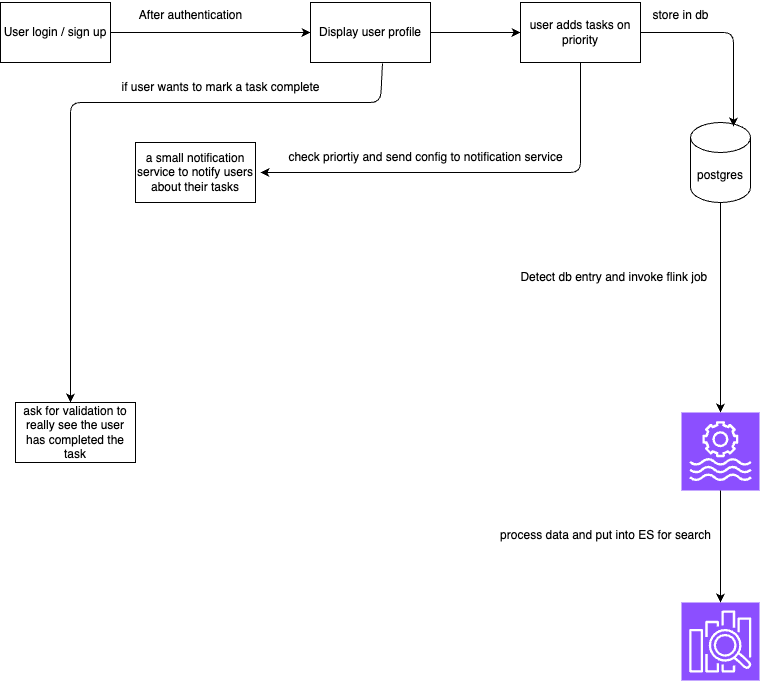
Earlier version of the draw.io export architecture.drawio.png (pragatigs/aggressive-todo). Source tidied: cells renumbered, new cells last; positions are measured from the earlier drawing's top-left corner, leaving out a move shared by most shapes. Source of this version:
```xml
<mxGraphModel>
  <root>
    <mxCell id="0" />
    <mxCell id="1" parent="0" />
    <mxCell id="2" style="edgeStyle=none;html=1;entryX=0;entryY=0.5;entryDx=0;entryDy=0;" parent="1" edge="1" source="3" target="6">
      <mxGeometry relative="1" as="geometry" />
    </mxCell>
    <mxCell id="3" value="User login / sign up" style="rounded=0;whiteSpace=wrap;html=1;" parent="1" vertex="1">
      <mxGeometry y="2" width="110" height="60" as="geometry" />
    </mxCell>
    <mxCell id="4" style="edgeStyle=none;html=1;entryX=0;entryY=0.5;entryDx=0;entryDy=0;" parent="1" edge="1" source="6" target="9">
      <mxGeometry relative="1" as="geometry" />
    </mxCell>
    <mxCell id="5" style="edgeStyle=none;html=1;exitX=0.6;exitY=1.017;exitDx=0;exitDy=0;exitPerimeter=0;" parent="1" edge="1" source="6">
      <mxGeometry relative="1" as="geometry">
        <mxPoint x="70" y="402" as="targetPoint" />
        <Array as="points">
          <mxPoint x="380" y="102" />
          <mxPoint x="70" y="102" />
        </Array>
      </mxGeometry>
    </mxCell>
    <mxCell id="6" value="Display user profile" style="rounded=0;whiteSpace=wrap;html=1;" parent="1" vertex="1">
      <mxGeometry x="310" y="2" width="120" height="60" as="geometry" />
    </mxCell>
    <mxCell id="7" value="After authentication" style="text;html=1;align=center;verticalAlign=middle;strokeColor=none;fillColor=none;" parent="1" vertex="1">
      <mxGeometry x="125" width="130" height="30" as="geometry" />
    </mxCell>
    <mxCell id="8" style="edgeStyle=none;html=1;" parent="1" edge="1" source="9">
      <mxGeometry relative="1" as="geometry">
        <mxPoint x="260" y="172" as="targetPoint" />
        <Array as="points">
          <mxPoint x="580" y="172" />
        </Array>
      </mxGeometry>
    </mxCell>
    <mxCell id="9" value="user adds tasks on priority" style="rounded=0;whiteSpace=wrap;html=1;" parent="1" vertex="1">
      <mxGeometry x="520" y="2" width="120" height="60" as="geometry" />
    </mxCell>
    <mxCell id="10" style="edgeStyle=none;html=1;" parent="1" edge="1" source="11">
      <mxGeometry relative="1" as="geometry">
        <mxPoint x="720" y="412" as="targetPoint" />
      </mxGeometry>
    </mxCell>
    <mxCell id="11" value="postgres" style="shape=cylinder3;whiteSpace=wrap;html=1;boundedLbl=1;backgroundOutline=1;size=15;" parent="1" vertex="1">
      <mxGeometry x="690" y="122" width="60" height="80" as="geometry" />
    </mxCell>
    <mxCell id="12" style="edgeStyle=none;html=1;entryX=0.717;entryY=0.05;entryDx=0;entryDy=0;entryPerimeter=0;" parent="1" edge="1" source="9" target="11">
      <mxGeometry relative="1" as="geometry">
        <Array as="points">
          <mxPoint x="733" y="32" />
        </Array>
      </mxGeometry>
    </mxCell>
    <mxCell id="13" value="store in db" style="text;html=1;align=center;verticalAlign=middle;strokeColor=none;fillColor=none;" parent="1" vertex="1">
      <mxGeometry x="640" width="80" height="30" as="geometry" />
    </mxCell>
    <mxCell id="14" value="Detect db entry and invoke flink job&amp;nbsp;" style="text;html=1;align=center;verticalAlign=middle;strokeColor=none;fillColor=none;" parent="1" vertex="1">
      <mxGeometry x="510" y="262" width="210" height="30" as="geometry" />
    </mxCell>
    <mxCell id="15" style="sketch=0;points=[[0,0,0],[0.25,0,0],[0.5,0,0],[0.75,0,0],[1,0,0],[0,1,0],[0.25,1,0],[0.5,1,0],[0.75,1,0],[1,1,0],[0,0.25,0],[0,0.5,0],[0,0.75,0],[1,0.25,0],[1,0.5,0],[1,0.75,0]];outlineConnect=0;fontColor=#232F3E;fillColor=light-dark(#8C4FFF,#FFFFFF);strokeColor=#ffffff;dashed=0;verticalLabelPosition=bottom;verticalAlign=top;align=center;html=1;fontSize=12;fontStyle=0;shape=mxgraph.aws4.resourceIcon;resIcon=mxgraph.aws4.managed_service_for_apache_flink;" parent="1" vertex="1">
      <mxGeometry x="681" y="412" width="78" height="78" as="geometry" />
    </mxCell>
    <mxCell id="16" style="sketch=0;points=[[0,0,0],[0.25,0,0],[0.5,0,0],[0.75,0,0],[1,0,0],[0,1,0],[0.25,1,0],[0.5,1,0],[0.75,1,0],[1,1,0],[0,0.25,0],[0,0.5,0],[0,0.75,0],[1,0.25,0],[1,0.5,0],[1,0.75,0]];outlineConnect=0;fontColor=#232F3E;fillColor=light-dark(#8C4FFF,#FFFFFF);strokeColor=#ffffff;dashed=0;verticalLabelPosition=bottom;verticalAlign=top;align=center;html=1;fontSize=12;fontStyle=0;shape=mxgraph.aws4.resourceIcon;resIcon=mxgraph.aws4.elasticsearch_service;" parent="1" vertex="1">
      <mxGeometry x="681" y="602" width="78" height="78" as="geometry" />
    </mxCell>
    <mxCell id="17" style="edgeStyle=none;html=1;entryX=0.5;entryY=0;entryDx=0;entryDy=0;entryPerimeter=0;" parent="1" edge="1" source="15" target="16">
      <mxGeometry relative="1" as="geometry" />
    </mxCell>
    <mxCell id="18" value="process data and put into ES for search" style="text;html=1;align=center;verticalAlign=middle;strokeColor=none;fillColor=none;" parent="1" vertex="1">
      <mxGeometry x="490" y="520" width="230" height="30" as="geometry" />
    </mxCell>
    <mxCell id="19" value="a small notification service to notify users about their tasks" style="rounded=0;whiteSpace=wrap;html=1;" parent="1" vertex="1">
      <mxGeometry x="135" y="142" width="120" height="60" as="geometry" />
    </mxCell>
    <mxCell id="20" value="check priortiy and send config to notification service" style="text;html=1;align=center;verticalAlign=middle;strokeColor=none;fillColor=none;" parent="1" vertex="1">
      <mxGeometry x="275" y="142" width="300" height="30" as="geometry" />
    </mxCell>
    <mxCell id="21" value="ask for validation to really see the user has completed the task" style="rounded=0;whiteSpace=wrap;html=1;" parent="1" vertex="1">
      <mxGeometry x="15" y="402" width="120" height="60" as="geometry" />
    </mxCell>
    <mxCell id="22" value="if user wants to mark a task complete" style="text;html=1;align=center;verticalAlign=middle;strokeColor=none;fillColor=none;" parent="1" vertex="1">
      <mxGeometry x="110" y="72" width="220" height="30" as="geometry" />
    </mxCell>
  </root>
</mxGraphModel>
```
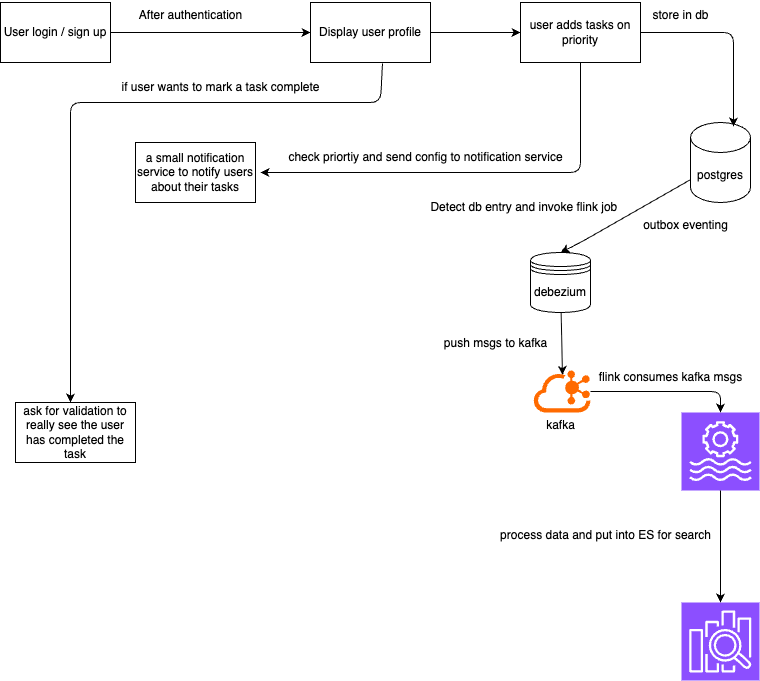
After the commit.

The edit, as a diff of the source:
```diff
@@ -37,11 +37,13 @@
     <mxCell id="9" value="user adds tasks on priority" style="rounded=0;whiteSpace=wrap;html=1;" parent="1" vertex="1">
       <mxGeometry x="520" y="2" width="120" height="60" as="geometry" />
     </mxCell>
-    <mxCell id="10" style="edgeStyle=none;html=1;" parent="1" edge="1" source="11">
-      <mxGeometry relative="1" as="geometry">
-        <mxPoint x="720" y="412" as="targetPoint" />
-      </mxGeometry>
-    </mxCell>
+    <mxCell id="23" style="edgeStyle=none;html=1;entryX=0.5;entryY=0;entryDx=0;entryDy=0;" parent="1" edge="1" source="11" target="24">
+      <mxGeometry relative="1" as="geometry">
+        <Array as="points">
+          <mxPoint x="580" y="242" />
+        </Array>
+      </mxGeometry>
+    </mxCell>
     <mxCell id="11" value="postgres" style="shape=cylinder3;whiteSpace=wrap;html=1;boundedLbl=1;backgroundOutline=1;size=15;" parent="1" vertex="1">
       <mxGeometry x="690" y="122" width="60" height="80" as="geometry" />
     </mxCell>
@@ -56,7 +58,7 @@
       <mxGeometry x="640" width="80" height="30" as="geometry" />
     </mxCell>
     <mxCell id="14" value="Detect db entry and invoke flink job&amp;nbsp;" style="text;html=1;align=center;verticalAlign=middle;strokeColor=none;fillColor=none;" parent="1" vertex="1">
-      <mxGeometry x="510" y="262" width="210" height="30" as="geometry" />
+      <mxGeometry x="420" y="192" width="210" height="30" as="geometry" />
     </mxCell>
     <mxCell id="15" style="sketch=0;points=[[0,0,0],[0.25,0,0],[0.5,0,0],[0.75,0,0],[1,0,0],[0,1,0],[0.25,1,0],[0.5,1,0],[0.75,1,0],[1,1,0],[0,0.25,0],[0,0.5,0],[0,0.75,0],[1,0.25,0],[1,0.5,0],[1,0.75,0]];outlineConnect=0;fontColor=#232F3E;fillColor=light-dark(#8C4FFF,#FFFFFF);strokeColor=#ffffff;dashed=0;verticalLabelPosition=bottom;verticalAlign=top;align=center;html=1;fontSize=12;fontStyle=0;shape=mxgraph.aws4.resourceIcon;resIcon=mxgraph.aws4.managed_service_for_apache_flink;" parent="1" vertex="1">
       <mxGeometry x="681" y="412" width="78" height="78" as="geometry" />
@@ -82,5 +84,33 @@
     <mxCell id="22" value="if user wants to mark a task complete" style="text;html=1;align=center;verticalAlign=middle;strokeColor=none;fillColor=none;" parent="1" vertex="1">
       <mxGeometry x="110" y="72" width="220" height="30" as="geometry" />
     </mxCell>
+    <mxCell id="24" value="debezium" style="shape=datastore;whiteSpace=wrap;html=1;" parent="1" vertex="1">
+      <mxGeometry x="530" y="252" width="60" height="60" as="geometry" />
+    </mxCell>
+    <mxCell id="25" value="outbox eventing&lt;div&gt;&lt;br&gt;&lt;/div&gt;" style="text;html=1;align=center;verticalAlign=middle;strokeColor=none;fillColor=none;" parent="1" vertex="1">
+      <mxGeometry x="630" y="212" width="110" height="40" as="geometry" />
+    </mxCell>
+    <mxCell id="26" style="points=[];html=1;align=center;shadow=0;dashed=0;fillColor=light-dark(#FF6A00,#FFFFFF);strokeColor=none;shape=mxgraph.alibaba_cloud.kafka;" parent="1" vertex="1">
+      <mxGeometry x="533.3" y="370" width="56.7" height="42" as="geometry" />
+    </mxCell>
+    <mxCell id="27" style="edgeStyle=none;html=1;entryX=0.506;entryY=0.107;entryDx=0;entryDy=0;entryPerimeter=0;" parent="1" edge="1" source="24" target="26">
+      <mxGeometry relative="1" as="geometry" />
+    </mxCell>
+    <mxCell id="28" value="push msgs to kafka&lt;div&gt;&lt;br&gt;&lt;/div&gt;" style="text;html=1;align=center;verticalAlign=middle;strokeColor=none;fillColor=none;" parent="1" vertex="1">
+      <mxGeometry x="430" y="330" width="130" height="40" as="geometry" />
+    </mxCell>
+    <mxCell id="29" style="edgeStyle=none;html=1;entryX=0.5;entryY=0;entryDx=0;entryDy=0;entryPerimeter=0;" parent="1" edge="1" source="26" target="15">
+      <mxGeometry relative="1" as="geometry">
+        <Array as="points">
+          <mxPoint x="720" y="391" />
+        </Array>
+      </mxGeometry>
+    </mxCell>
+    <mxCell id="30" value="flink consumes kafka msgs" style="text;html=1;align=center;verticalAlign=middle;strokeColor=none;fillColor=none;" parent="1" vertex="1">
+      <mxGeometry x="585" y="362" width="170" height="30" as="geometry" />
+    </mxCell>
+    <mxCell id="31" value="kafka" style="text;html=1;align=center;verticalAlign=middle;strokeColor=none;fillColor=none;" parent="1" vertex="1">
+      <mxGeometry x="535" y="410" width="50" height="30" as="geometry" />
+    </mxCell>
   </root>
 </mxGraphModel>
```
